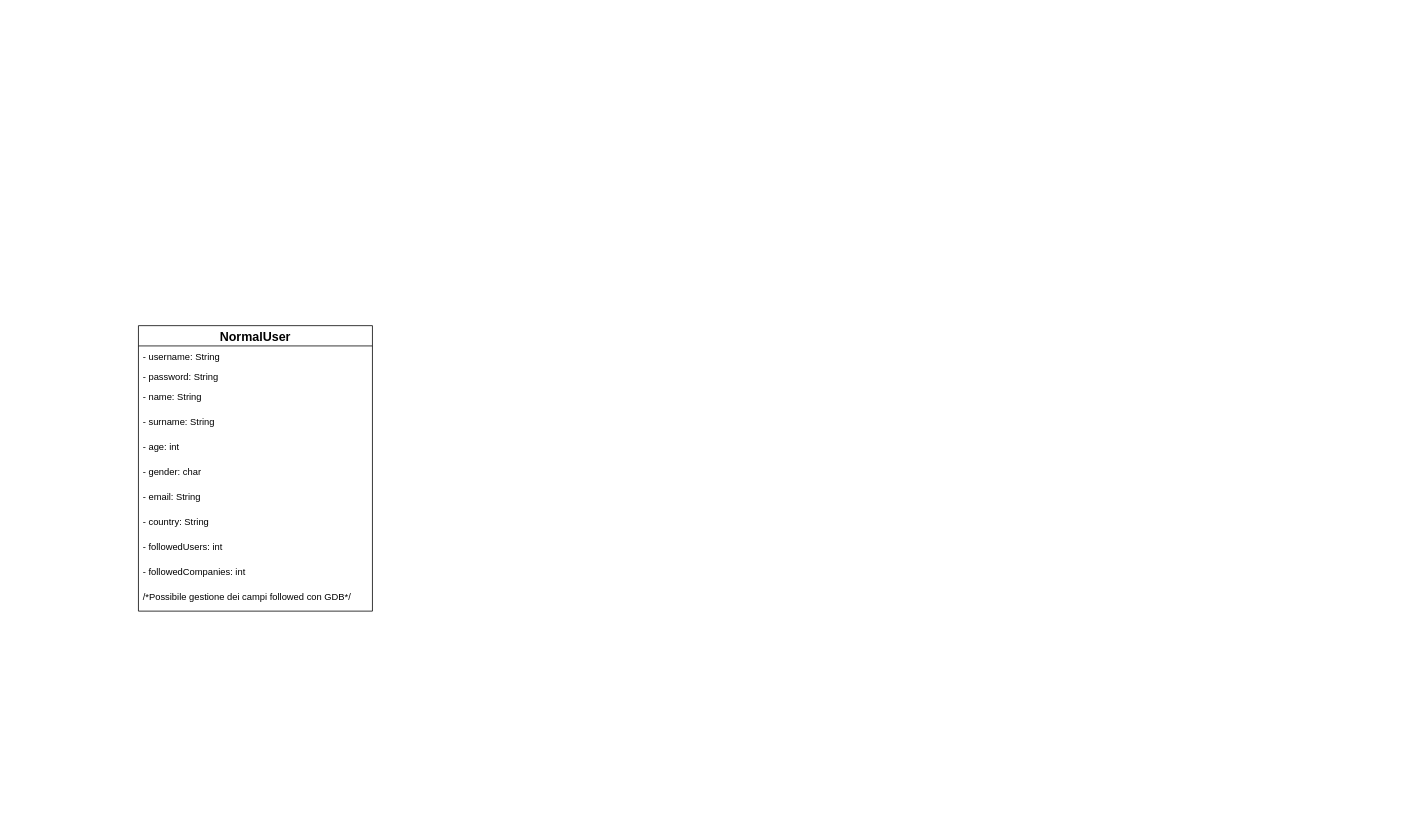
Before: Diagrammi/Untitled Diagram.drawio in Matteo-Castrignano/CompaniesDiscoveryApplications, a draw.io diagram. Source tidied: cells renumbered, new cells numbered last; positions are measured from the earlier drawing's top-left corner, leaving out a move shared by most shapes. Both pictures are drawn from the tidied source at 78%, with x=0, y=0 at pixel (138, 325).
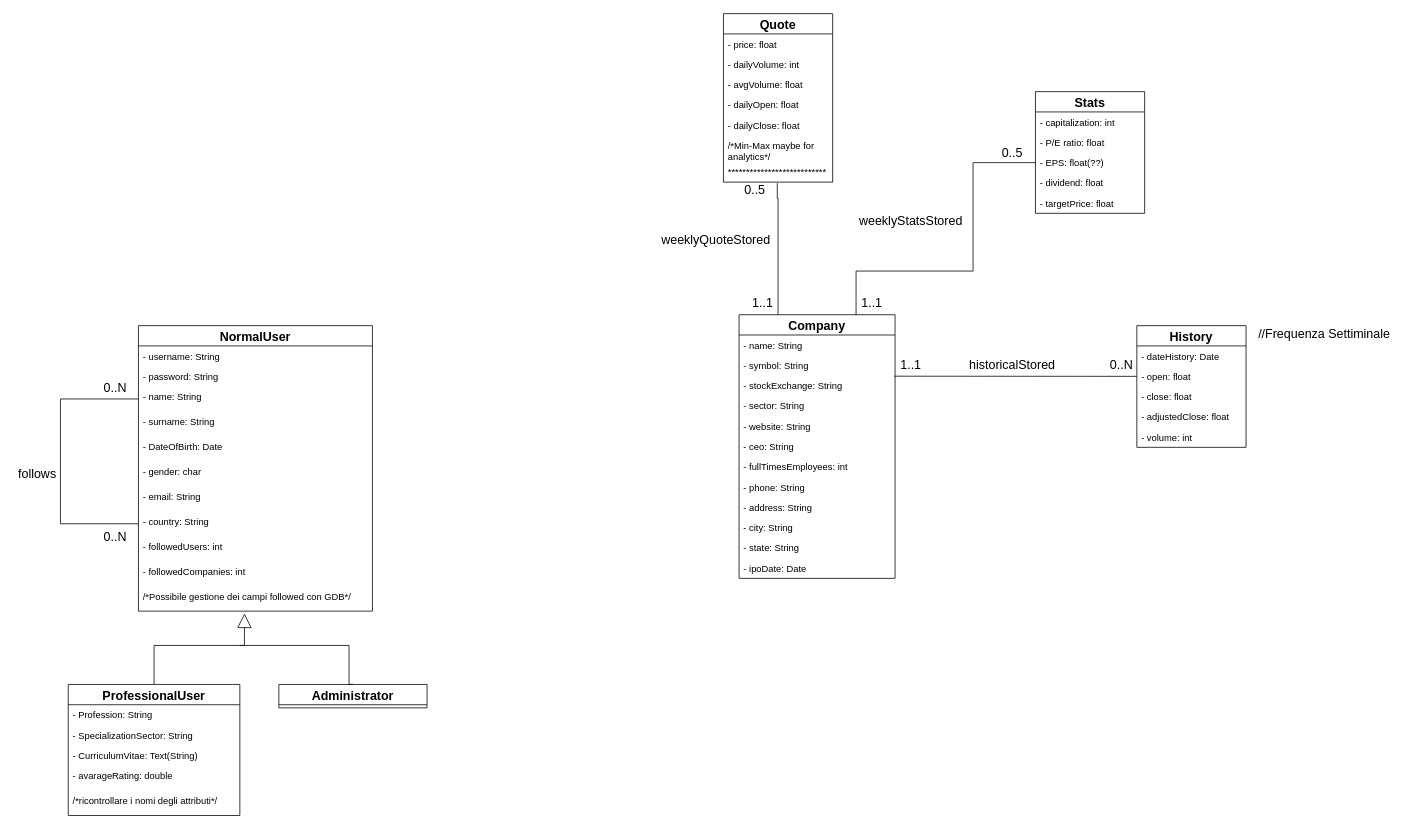
The same diagram, later.

The change refers to these unchanged cells:
```xml
<mxCell id="2" value="NormalUser" style="swimlane;fontStyle=1;horizontal=1;startSize=26;fillColor=none;fontSize=16;" parent="1" vertex="1">
  <mxGeometry width="300" height="366" as="geometry" />
</mxCell>
<mxCell id="5" value="- name: String&#10;" style="text;strokeColor=none;fillColor=none;align=left;verticalAlign=top;spacingLeft=4;spacingRight=4;overflow=hidden;points=[[0,0.5],[1,0.5]];portConstraint=eastwest;" parent="2" vertex="1">
  <mxGeometry y="78" width="300" height="32" as="geometry" />
</mxCell>
<mxCell id="10" value="- country: String&#10;" style="text;strokeColor=none;fillColor=none;align=left;verticalAlign=top;spacingLeft=4;spacingRight=4;overflow=hidden;points=[[0,0.5],[1,0.5]];portConstraint=eastwest;" parent="2" vertex="1">
  <mxGeometry y="238" width="300" height="32" as="geometry" />
</mxCell>
<mxCell id="13" value="/*Possibile gestione dei campi followed con GDB*/" style="text;strokeColor=none;fillColor=none;align=left;verticalAlign=top;spacingLeft=4;spacingRight=4;overflow=hidden;points=[[0,0.5],[1,0.5]];portConstraint=eastwest;" parent="2" vertex="1">
  <mxGeometry y="334" width="300" height="32" as="geometry" />
</mxCell>
```

The edit, as a diff of the source:
```diff
@@
-    <mxCell id="7" value="- age: int" style="text;strokeColor=none;fillColor=none;align=left;verticalAlign=top;spacingLeft=4;spacingRight=4;overflow=hidden;" parent="2" vertex="1">
-      <mxGeometry y="142" width="300" height="32" as="geometry" />
-    </mxCell>
+    <mxCell id="14" value="- DateOfBirth: Date&#10;" style="text;strokeColor=none;fillColor=none;align=left;verticalAlign=top;spacingLeft=4;spacingRight=4;overflow=hidden;" parent="2" vertex="1">
+      <mxGeometry y="142" width="300" height="32" as="geometry" />
+    </mxCell>
@@
+    <mxCell id="15" style="endArrow=none;html=1;strokeColor=#000000;fontSize=16;rounded=0;edgeStyle=orthogonalEdgeStyle;exitX=0;exitY=0.5;exitDx=0;exitDy=0;entryX=0;entryY=0.5;entryDx=0;entryDy=0;" parent="2" edge="1" source="10" target="5">
+      <mxGeometry relative="1" as="geometry">
+        <Array as="points">
+          <mxPoint x="-100" y="254" />
+          <mxPoint x="-100" y="94" />
+        </Array>
+      </mxGeometry>
+    </mxCell>
+    <mxCell id="16" value="ProfessionalUser" style="swimlane;fontStyle=1;horizontal=1;startSize=26;fillColor=none;fontSize=16;" parent="1" vertex="1">
+      <mxGeometry x="-90" y="460" width="220" height="168" as="geometry" />
+    </mxCell>
+    <mxCell id="17" value="- Profession: String" style="text;strokeColor=none;fillColor=none;align=left;verticalAlign=top;spacingLeft=4;spacingRight=4;overflow=hidden;" parent="16" vertex="1">
+      <mxGeometry y="26" width="220" height="26" as="geometry" />
+    </mxCell>
+    <mxCell id="18" value="- SpecializationSector: String" style="text;strokeColor=none;fillColor=none;align=left;verticalAlign=top;spacingLeft=4;spacingRight=4;overflow=hidden;" parent="16" vertex="1">
+      <mxGeometry y="52" width="220" height="26" as="geometry" />
+    </mxCell>
+    <mxCell id="19" value="- CurriculumVitae: Text(String)" style="text;strokeColor=none;fillColor=none;align=left;verticalAlign=top;spacingLeft=4;spacingRight=4;overflow=hidden;" parent="16" vertex="1">
+      <mxGeometry y="78" width="220" height="26" as="geometry" />
+    </mxCell>
+    <mxCell id="20" value="- avarageRating: double&#10;" style="text;strokeColor=none;fillColor=none;align=left;verticalAlign=top;spacingLeft=4;spacingRight=4;overflow=hidden;" parent="16" vertex="1">
+      <mxGeometry y="104" width="220" height="32" as="geometry" />
+    </mxCell>
+    <mxCell id="21" value="/*ricontrollare i nomi degli attributi*/" style="text;strokeColor=none;fillColor=none;align=left;verticalAlign=top;spacingLeft=4;spacingRight=4;overflow=hidden;" parent="16" vertex="1">
+      <mxGeometry y="136" width="220" height="32" as="geometry" />
+    </mxCell>
+    <mxCell id="22" style="endArrow=block;endSize=16;endFill=0;html=1;fontSize=16;edgeStyle=orthogonalEdgeStyle;rounded=0;exitX=0.5;exitY=0;exitDx=0;exitDy=0;entryX=0.453;entryY=1.094;entryDx=0;entryDy=0;entryPerimeter=0;" parent="1" edge="1" source="16" target="13">
+      <mxGeometry relative="1" as="geometry">
+        <Array as="points">
+          <mxPoint x="20" y="410" />
+          <mxPoint x="136" y="410" />
+        </Array>
+      </mxGeometry>
+    </mxCell>
+    <mxCell id="23" value="Administrator" style="swimlane;fontStyle=1;horizontal=1;startSize=26;fillColor=none;fontSize=16;" parent="1" vertex="1">
+      <mxGeometry x="180" y="460" width="190" height="30" as="geometry" />
+    </mxCell>
+    <mxCell id="24" style="endArrow=none;html=1;strokeColor=#000000;fontSize=16;edgeStyle=orthogonalEdgeStyle;rounded=0;exitX=0.5;exitY=0;exitDx=0;exitDy=0;" parent="1" edge="1" source="23">
+      <mxGeometry relative="1" as="geometry">
+        <mxPoint x="130" y="410" as="targetPoint" />
+        <Array as="points">
+          <mxPoint x="270" y="460" />
+          <mxPoint x="270" y="410" />
+        </Array>
+      </mxGeometry>
+    </mxCell>
+    <mxCell id="25" value="follows" style="text;html=1;align=center;verticalAlign=middle;fontSize=16;" parent="1" vertex="1">
+      <mxGeometry x="-160" y="180" width="60" height="20" as="geometry" />
+    </mxCell>
+    <mxCell id="26" value="0..N" style="text;html=1;align=center;verticalAlign=middle;fontSize=16;" parent="1" vertex="1">
+      <mxGeometry x="-50" y="260" width="40" height="20" as="geometry" />
+    </mxCell>
+    <mxCell id="27" value="0..N" style="text;html=1;align=center;verticalAlign=middle;fontSize=16;" parent="1" vertex="1">
+      <mxGeometry x="-50" y="70" width="40" height="20" as="geometry" />
+    </mxCell>
+    <mxCell id="28" style="edgeStyle=orthogonalEdgeStyle;rounded=0;jettySize=auto;html=1;exitX=0.75;exitY=0;exitDx=0;exitDy=0;strokeColor=#000000;fontSize=16;endArrow=none;endFill=0;" parent="1" edge="1" source="29" target="55">
+      <mxGeometry relative="1" as="geometry">
+        <Array as="points">
+          <mxPoint x="920" y="-70" />
+          <mxPoint x="1070" y="-70" />
+          <mxPoint x="1070" y="-209" />
+        </Array>
+      </mxGeometry>
+    </mxCell>
+    <mxCell id="29" value="Company" style="swimlane;fontStyle=1;horizontal=1;startSize=26;fillColor=none;fontSize=16;" parent="1" vertex="1">
+      <mxGeometry x="770" y="-14" width="200" height="338" as="geometry" />
+    </mxCell>
+    <mxCell id="30" value="- name: String" style="text;strokeColor=none;fillColor=none;align=left;verticalAlign=top;spacingLeft=4;spacingRight=4;overflow=hidden;" parent="29" vertex="1">
+      <mxGeometry y="26" width="200" height="26" as="geometry" />
+    </mxCell>
+    <mxCell id="31" value="- symbol: String" style="text;strokeColor=none;fillColor=none;align=left;verticalAlign=top;spacingLeft=4;spacingRight=4;overflow=hidden;points=[[0,0.5],[1,0.5]];portConstraint=eastwest;" parent="29" vertex="1">
+      <mxGeometry y="52" width="200" height="26" as="geometry" />
+    </mxCell>
+    <mxCell id="32" value="- stockExchange: String" style="text;strokeColor=none;fillColor=none;align=left;verticalAlign=top;spacingLeft=4;spacingRight=4;overflow=hidden;" parent="29" vertex="1">
+      <mxGeometry y="78" width="200" height="26" as="geometry" />
+    </mxCell>
+    <mxCell id="33" value="- sector: String" style="text;strokeColor=none;fillColor=none;align=left;verticalAlign=top;spacingLeft=4;spacingRight=4;overflow=hidden;" parent="29" vertex="1">
+      <mxGeometry y="104" width="200" height="26" as="geometry" />
+    </mxCell>
+    <mxCell id="34" value="- website: String" style="text;strokeColor=none;fillColor=none;align=left;verticalAlign=top;spacingLeft=4;spacingRight=4;overflow=hidden;" parent="29" vertex="1">
+      <mxGeometry y="130" width="200" height="26" as="geometry" />
+    </mxCell>
+    <mxCell id="35" value="- ceo: String" style="text;strokeColor=none;fillColor=none;align=left;verticalAlign=top;spacingLeft=4;spacingRight=4;overflow=hidden;" parent="29" vertex="1">
+      <mxGeometry y="156" width="200" height="26" as="geometry" />
+    </mxCell>
+    <mxCell id="36" value="- fullTimesEmployees: int" style="text;strokeColor=none;fillColor=none;align=left;verticalAlign=top;spacingLeft=4;spacingRight=4;overflow=hidden;" parent="29" vertex="1">
+      <mxGeometry y="182" width="200" height="26" as="geometry" />
+    </mxCell>
+    <mxCell id="37" value="- phone: String" style="text;strokeColor=none;fillColor=none;align=left;verticalAlign=top;spacingLeft=4;spacingRight=4;overflow=hidden;" parent="29" vertex="1">
+      <mxGeometry y="208" width="200" height="26" as="geometry" />
+    </mxCell>
+    <mxCell id="38" value="- address: String" style="text;strokeColor=none;fillColor=none;align=left;verticalAlign=top;spacingLeft=4;spacingRight=4;overflow=hidden;" parent="29" vertex="1">
+      <mxGeometry y="234" width="200" height="26" as="geometry" />
+    </mxCell>
+    <mxCell id="39" value="- city: String" style="text;strokeColor=none;fillColor=none;align=left;verticalAlign=top;spacingLeft=4;spacingRight=4;overflow=hidden;" parent="29" vertex="1">
+      <mxGeometry y="260" width="200" height="26" as="geometry" />
+    </mxCell>
+    <mxCell id="40" value="- state: String" style="text;strokeColor=none;fillColor=none;align=left;verticalAlign=top;spacingLeft=4;spacingRight=4;overflow=hidden;" parent="29" vertex="1">
+      <mxGeometry y="286" width="200" height="26" as="geometry" />
+    </mxCell>
+    <mxCell id="41" value="- ipoDate: Date" style="text;strokeColor=none;fillColor=none;align=left;verticalAlign=top;spacingLeft=4;spacingRight=4;overflow=hidden;" parent="29" vertex="1">
+      <mxGeometry y="312" width="200" height="26" as="geometry" />
+    </mxCell>
+    <mxCell id="42" value="History" style="swimlane;fontStyle=1;horizontal=1;startSize=26;fillColor=none;fontSize=16;" parent="1" vertex="1">
+      <mxGeometry x="1280" width="140" height="156" as="geometry" />
+    </mxCell>
+    <mxCell id="43" value="- dateHistory: Date" style="text;strokeColor=none;fillColor=none;align=left;verticalAlign=top;spacingLeft=4;spacingRight=4;overflow=hidden;" parent="42" vertex="1">
+      <mxGeometry y="26" width="140" height="26" as="geometry" />
+    </mxCell>
+    <mxCell id="44" value="- open: float" style="text;strokeColor=none;fillColor=none;align=left;verticalAlign=top;spacingLeft=4;spacingRight=4;overflow=hidden;points=[[0,0.5],[1,0.5]];portConstraint=eastwest;" parent="42" vertex="1">
+      <mxGeometry y="52" width="140" height="26" as="geometry" />
+    </mxCell>
+    <mxCell id="45" value="- close: float" style="text;strokeColor=none;fillColor=none;align=left;verticalAlign=top;spacingLeft=4;spacingRight=4;overflow=hidden;" parent="42" vertex="1">
+      <mxGeometry y="78" width="140" height="26" as="geometry" />
+    </mxCell>
+    <mxCell id="46" value="- adjustedClose: float" style="text;strokeColor=none;fillColor=none;align=left;verticalAlign=top;spacingLeft=4;spacingRight=4;overflow=hidden;" parent="42" vertex="1">
+      <mxGeometry y="104" width="140" height="26" as="geometry" />
+    </mxCell>
+    <mxCell id="47" value="- volume: int" style="text;strokeColor=none;fillColor=none;align=left;verticalAlign=top;spacingLeft=4;spacingRight=4;overflow=hidden;" parent="42" vertex="1">
+      <mxGeometry y="130" width="140" height="26" as="geometry" />
+    </mxCell>
+    <mxCell id="48" style="endArrow=none;html=1;strokeColor=#000000;fontSize=16;edgeStyle=orthogonalEdgeStyle;rounded=0;entryX=0;entryY=0.5;entryDx=0;entryDy=0;exitX=0.995;exitY=1.03;exitDx=0;exitDy=0;exitPerimeter=0;" parent="1" edge="1" source="31" target="44">
+      <mxGeometry relative="1" as="geometry">
+        <Array as="points">
+          <mxPoint x="975" y="65" />
+        </Array>
+      </mxGeometry>
+    </mxCell>
+    <mxCell id="49" value="1..1" style="text;html=1;align=center;verticalAlign=middle;fontSize=16;" parent="1" vertex="1">
+      <mxGeometry x="970" y="40" width="40" height="20" as="geometry" />
+    </mxCell>
+    <mxCell id="50" value="0..N" style="text;html=1;align=center;verticalAlign=middle;fontSize=16;" parent="1" vertex="1">
+      <mxGeometry x="1240" y="40" width="40" height="20" as="geometry" />
+    </mxCell>
+    <mxCell id="51" value="historicalStored" style="text;html=1;align=center;verticalAlign=middle;fontSize=16;" parent="1" vertex="1">
+      <mxGeometry x="1055" y="40" width="130" height="20" as="geometry" />
+    </mxCell>
+    <mxCell id="52" value="Stats" style="swimlane;fontStyle=1;horizontal=1;startSize=26;fillColor=none;fontSize=16;" parent="1" vertex="1">
+      <mxGeometry x="1150" y="-300" width="140" height="156" as="geometry" />
+    </mxCell>
+    <mxCell id="53" value="- capitalization: int" style="text;strokeColor=none;fillColor=none;align=left;verticalAlign=top;spacingLeft=4;spacingRight=4;overflow=hidden;" parent="52" vertex="1">
+      <mxGeometry y="26" width="140" height="26" as="geometry" />
+    </mxCell>
+    <mxCell id="54" value="- P/E ratio: float" style="text;strokeColor=none;fillColor=none;align=left;verticalAlign=top;spacingLeft=4;spacingRight=4;overflow=hidden;" parent="52" vertex="1">
+      <mxGeometry y="52" width="140" height="26" as="geometry" />
+    </mxCell>
+    <mxCell id="55" value="- EPS: float(??)" style="text;strokeColor=none;fillColor=none;align=left;verticalAlign=top;spacingLeft=4;spacingRight=4;overflow=hidden;points=[[0,0.5],[1,0.5]];portConstraint=eastwest;" parent="52" vertex="1">
+      <mxGeometry y="78" width="140" height="26" as="geometry" />
+    </mxCell>
+    <mxCell id="56" value="- dividend: float" style="text;strokeColor=none;fillColor=none;align=left;verticalAlign=top;spacingLeft=4;spacingRight=4;overflow=hidden;" parent="52" vertex="1">
+      <mxGeometry y="104" width="140" height="26" as="geometry" />
+    </mxCell>
+    <mxCell id="57" value="- targetPrice: float" style="text;strokeColor=none;fillColor=none;align=left;verticalAlign=top;spacingLeft=4;spacingRight=4;overflow=hidden;" parent="52" vertex="1">
+      <mxGeometry y="130" width="140" height="26" as="geometry" />
+    </mxCell>
+    <mxCell id="58" value="Quote" style="swimlane;fontStyle=1;horizontal=1;startSize=26;fillColor=none;fontSize=16;" parent="1" vertex="1">
+      <mxGeometry x="750" y="-400" width="140" height="216" as="geometry" />
+    </mxCell>
+    <mxCell id="59" value="- price: float " style="text;strokeColor=none;fillColor=none;align=left;verticalAlign=top;spacingLeft=4;spacingRight=4;overflow=hidden;" parent="58" vertex="1">
+      <mxGeometry y="26" width="140" height="26" as="geometry" />
+    </mxCell>
+    <mxCell id="60" value="- dailyVolume: int" style="text;strokeColor=none;fillColor=none;align=left;verticalAlign=top;spacingLeft=4;spacingRight=4;overflow=hidden;" parent="58" vertex="1">
+      <mxGeometry y="52" width="140" height="26" as="geometry" />
+    </mxCell>
+    <mxCell id="61" value="- avgVolume: float" style="text;strokeColor=none;fillColor=none;align=left;verticalAlign=top;spacingLeft=4;spacingRight=4;overflow=hidden;" parent="58" vertex="1">
+      <mxGeometry y="78" width="140" height="26" as="geometry" />
+    </mxCell>
+    <mxCell id="62" value="- dailyOpen: float" style="text;strokeColor=none;fillColor=none;align=left;verticalAlign=top;spacingLeft=4;spacingRight=4;overflow=hidden;" parent="58" vertex="1">
+      <mxGeometry y="104" width="140" height="26" as="geometry" />
+    </mxCell>
+    <mxCell id="63" value="- dailyClose: float" style="text;strokeColor=none;fillColor=none;align=left;verticalAlign=top;spacingLeft=4;spacingRight=4;overflow=hidden;" parent="58" vertex="1">
+      <mxGeometry y="130" width="140" height="26" as="geometry" />
+    </mxCell>
+    <mxCell id="64" value="/*Min-Max maybe for&#10;analytics*/" style="text;strokeColor=none;fillColor=none;align=left;verticalAlign=top;spacingLeft=4;spacingRight=4;overflow=hidden;" parent="58" vertex="1">
+      <mxGeometry y="156" width="140" height="34" as="geometry" />
+    </mxCell>
+    <mxCell id="65" value="***************************" style="text;strokeColor=none;fillColor=none;align=left;verticalAlign=top;spacingLeft=4;spacingRight=4;overflow=hidden;points=[[0,0.5],[1,0.5]];portConstraint=eastwest;" parent="58" vertex="1">
+      <mxGeometry y="190" width="140" height="26" as="geometry" />
+    </mxCell>
+    <mxCell id="66" value="//Frequenza Settiminale" style="text;html=1;align=center;verticalAlign=middle;fontSize=16;" parent="1" vertex="1">
+      <mxGeometry x="1430" width="180" height="20" as="geometry" />
+    </mxCell>
+    <mxCell id="67" style="endArrow=none;html=1;strokeColor=#000000;fontSize=16;edgeStyle=orthogonalEdgeStyle;rounded=0;entryX=0.493;entryY=1.049;entryDx=0;entryDy=0;entryPerimeter=0;exitX=0.25;exitY=0;exitDx=0;exitDy=0;" parent="1" edge="1" source="29" target="65">
+      <mxGeometry relative="1" as="geometry">
+        <Array as="points">
+          <mxPoint x="820" y="-163" />
+        </Array>
+      </mxGeometry>
+    </mxCell>
+    <mxCell id="68" value="1..1" style="text;html=1;align=center;verticalAlign=middle;fontSize=16;" parent="1" vertex="1">
+      <mxGeometry x="780" y="-40" width="40" height="20" as="geometry" />
+    </mxCell>
+    <mxCell id="69" value="0..5" style="text;html=1;align=center;verticalAlign=middle;fontSize=16;" parent="1" vertex="1">
+      <mxGeometry x="770" y="-184" width="40" height="20" as="geometry" />
+    </mxCell>
+    <mxCell id="70" value="weeklyQuoteStored" style="text;html=1;align=center;verticalAlign=middle;fontSize=16;" parent="1" vertex="1">
+      <mxGeometry x="660" y="-120" width="160" height="20" as="geometry" />
+    </mxCell>
+    <mxCell id="71" value="1..1" style="text;html=1;align=center;verticalAlign=middle;fontSize=16;" parent="1" vertex="1">
+      <mxGeometry x="920" y="-40" width="40" height="20" as="geometry" />
+    </mxCell>
+    <mxCell id="72" value="0..5" style="text;html=1;align=center;verticalAlign=middle;fontSize=16;" parent="1" vertex="1">
+      <mxGeometry x="1100" y="-232" width="40" height="20" as="geometry" />
+    </mxCell>
+    <mxCell id="73" value="weeklyStatsStored" style="text;html=1;align=center;verticalAlign=middle;fontSize=16;" parent="1" vertex="1">
+      <mxGeometry x="915" y="-144" width="150" height="20" as="geometry" />
+    </mxCell>
```
